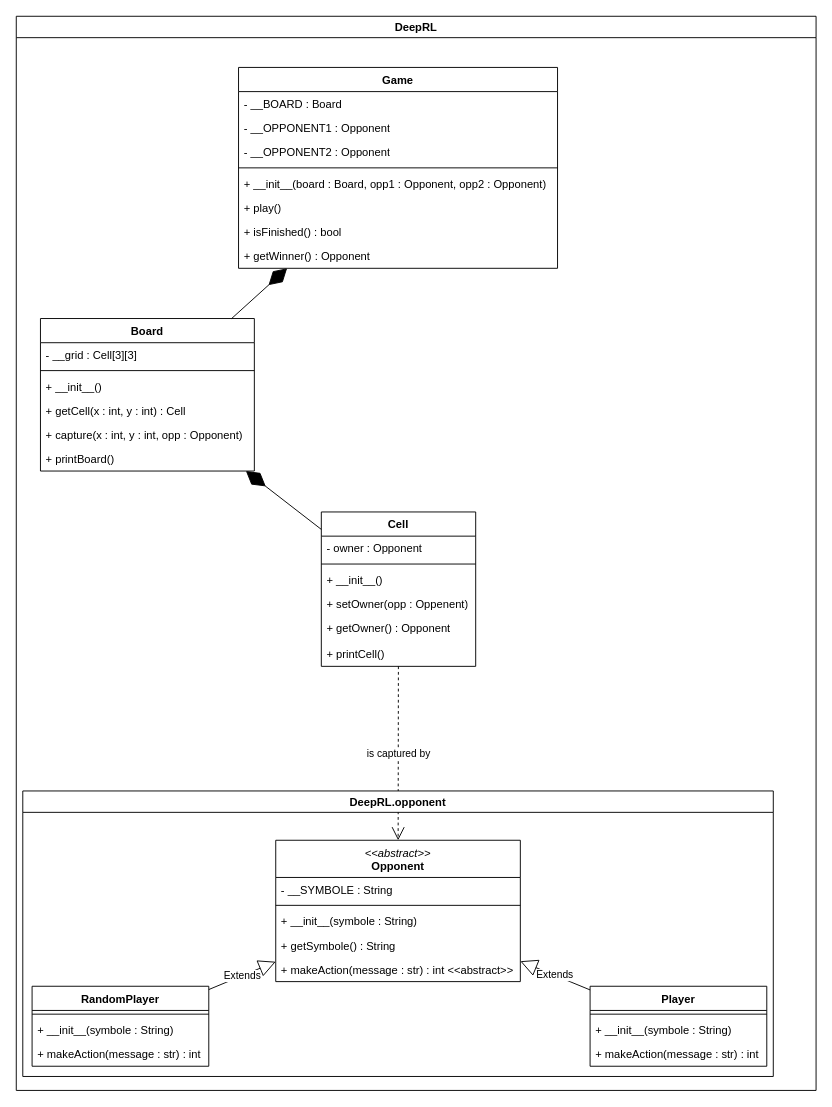
Above: uml/DRL project.drawio in Enzo-Claeyssen/Q-Learning_for_Tic_Tac_Toe (draw.io), before the change. Source tidied: cells renumbered, new cells numbered last; positions are measured from the earlier drawing's top-left corner, leaving out a move shared by most shapes. Both pictures are drawn from the tidied source at 93%, with x=0, y=0 at pixel (16, 16).
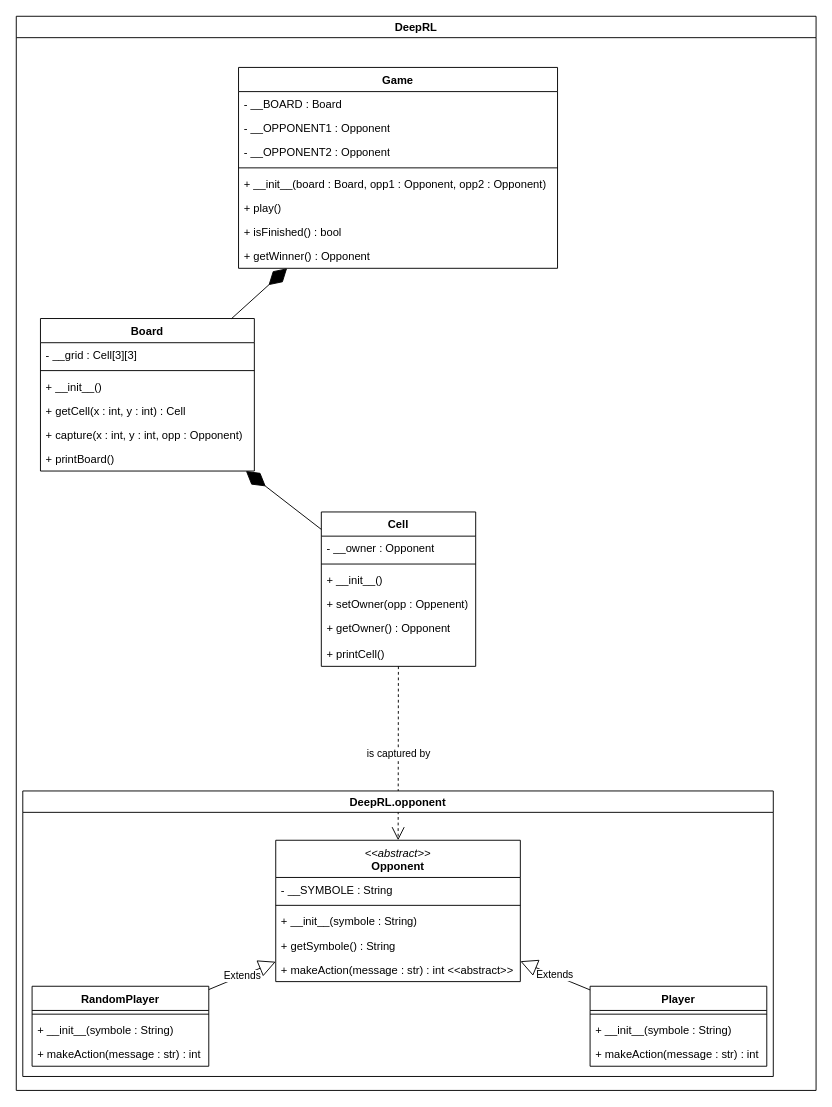
The same diagram, later.

Commit message (it also covers changes not shown here):
Updated source to fit new UML

The change refers to these unchanged cells:
```xml
<mxCell id="20" value="Cell" style="swimlane;fontStyle=1;align=center;verticalAlign=top;horizontal=1;startSize=26;whiteSpace=wrap;html=1;" parent="2" vertex="1">
  <mxGeometry x="328" y="533" width="166" height="166" as="geometry" />
</mxCell>
```

The edit, as a diff of the source:
```diff
@@
-    <mxCell id="21" value="- owner : Opponent" style="text;strokeColor=none;fillColor=none;align=left;verticalAlign=top;spacingLeft=4;spacingRight=4;overflow=hidden;whiteSpace=wrap;html=1;" parent="20" vertex="1">
+    <mxCell id="21" value="- __owner : Opponent" style="text;strokeColor=none;fillColor=none;align=left;verticalAlign=top;spacingLeft=4;spacingRight=4;overflow=hidden;whiteSpace=wrap;html=1;" parent="20" vertex="1">
       <mxGeometry y="26" width="166" height="26" as="geometry" />
     </mxCell>
```
